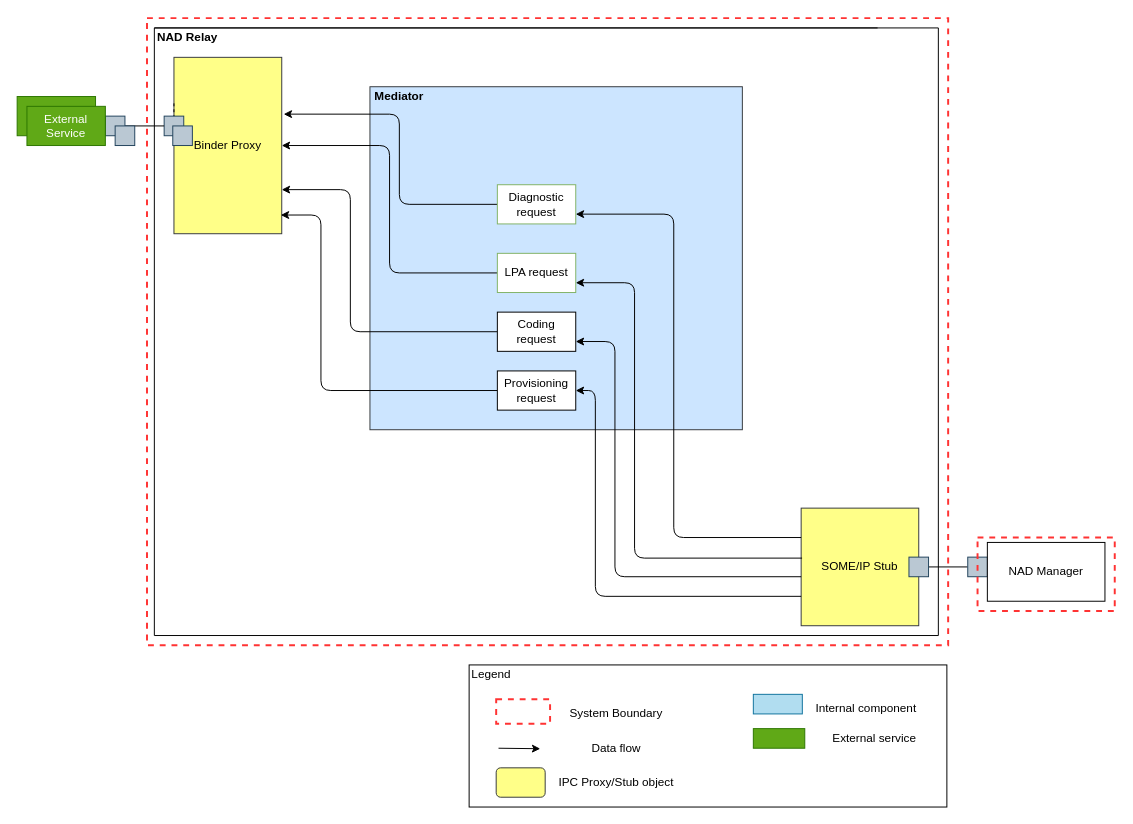
This is page "extensibilityoption2" (2 of 5) of doc/SA cert/Design/modifiability.drawio from taikt/codefun, a draw.io file, before an edit. Source tidied: cells renumbered, new cells numbered last; positions are measured from the earlier drawing's top-left corner, leaving out a move shared by most shapes. Both pictures are drawn from the tidied source at 98%, with x=0, y=0 at pixel (17, 18).
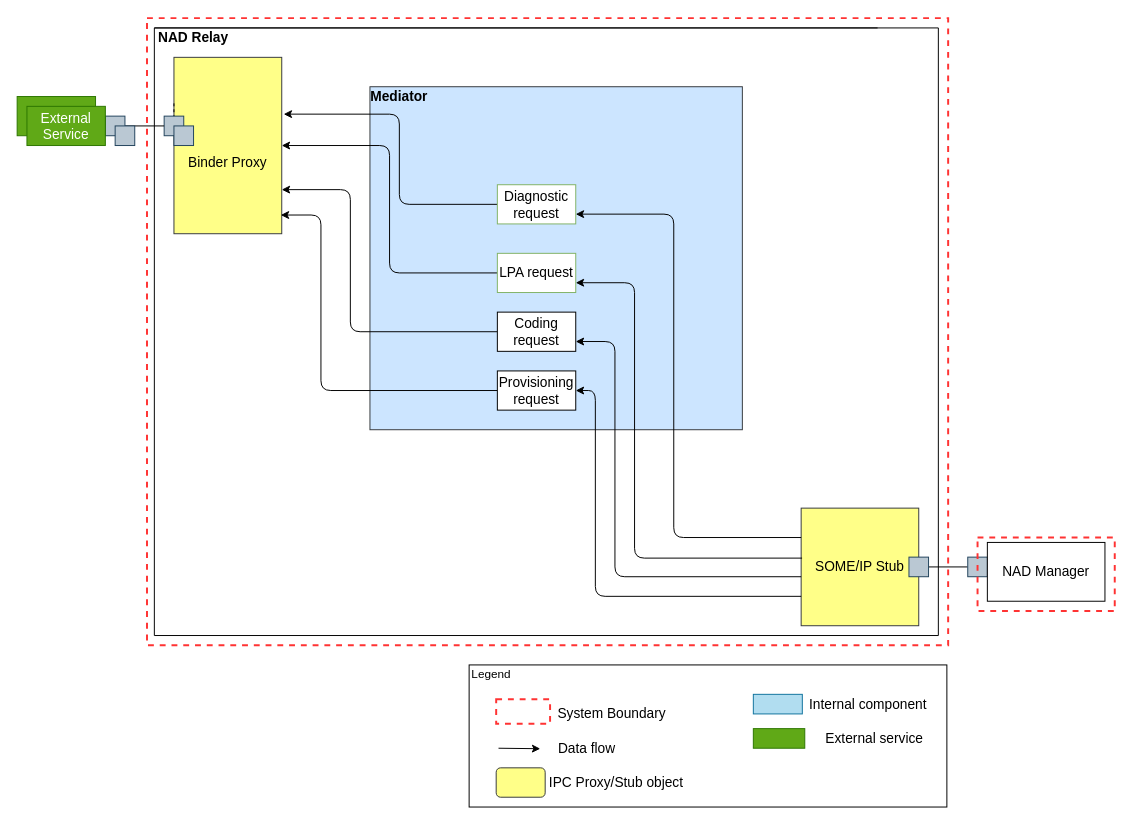
The same page after the edit.

Diff of the diagram source:
```diff
@@
-    <mxCell id="3" value="&lt;b&gt;NAD Relay&lt;/b&gt;" style="text;html=1;strokeColor=none;fillColor=none;align=center;verticalAlign=middle;whiteSpace=wrap;rounded=0;" parent="1" vertex="1">
-      <mxGeometry x="133.8" y="10" width="80" height="20" as="geometry" />
+    <mxCell id="3" value="&lt;b&gt;&lt;font style=&quot;font-size: 14px;&quot;&gt;NAD Relay&lt;/font&gt;&lt;/b&gt;" style="text;html=1;strokeColor=none;fillColor=none;align=center;verticalAlign=middle;whiteSpace=wrap;rounded=0;" parent="1" vertex="1">
+      <mxGeometry x="140" y="10" width="80" height="20" as="geometry" />
     </mxCell>
-    <mxCell id="4" value="SOME/IP Stub&lt;br&gt;" style="rounded=0;whiteSpace=wrap;html=1;fillColor=#ffff88;strokeColor=#36393d;" parent="1" vertex="1">
+    <mxCell id="4" value="&lt;font style=&quot;font-size: 14px;&quot;&gt;SOME/IP Stub&lt;/font&gt;" style="rounded=0;whiteSpace=wrap;html=1;fillColor=#ffff88;strokeColor=#36393d;" parent="1" vertex="1">
       <mxGeometry x="800" y="500" width="120" height="120" as="geometry" />
     </mxCell>
-    <mxCell id="5" value="Binder Proxy&lt;br&gt;" style="rounded=0;whiteSpace=wrap;html=1;fillColor=#ffff88;strokeColor=#36393d;" parent="1" vertex="1">
+    <mxCell id="5" value="&lt;font style=&quot;font-size: 14px;&quot;&gt;&lt;br&gt;&lt;br&gt;Binder Proxy&lt;/font&gt;" style="rounded=0;whiteSpace=wrap;html=1;fillColor=#ffff88;strokeColor=#36393d;" parent="1" vertex="1">
       <mxGeometry x="160" y="40" width="110" height="180" as="geometry" />
     </mxCell>
@@
-    <mxCell id="12" value="&lt;b&gt;Mediator&lt;/b&gt;" style="text;html=1;strokeColor=none;fillColor=none;align=center;verticalAlign=middle;whiteSpace=wrap;rounded=0;" parent="1" vertex="1">
+    <mxCell id="12" value="&lt;b&gt;&lt;font style=&quot;font-size: 14px;&quot;&gt;Mediator&lt;/font&gt;&lt;/b&gt;" style="text;html=1;strokeColor=none;fillColor=none;align=center;verticalAlign=middle;whiteSpace=wrap;rounded=0;" parent="1" vertex="1">
       <mxGeometry x="370" y="70" width="40" height="20" as="geometry" />
     </mxCell>
@@
-    <mxCell id="15" value="Provisioning&lt;br&gt;request" style="rounded=0;whiteSpace=wrap;html=1;" parent="1" vertex="1">
+    <mxCell id="15" value="&lt;font style=&quot;font-size: 14px;&quot;&gt;Provisioning&lt;br&gt;request&lt;/font&gt;" style="rounded=0;whiteSpace=wrap;html=1;" parent="1" vertex="1">
       <mxGeometry x="490" y="360" width="80" height="40" as="geometry" />
     </mxCell>
@@
-    <mxCell id="17" value="Coding request" style="rounded=0;whiteSpace=wrap;html=1;" parent="1" vertex="1">
+    <mxCell id="17" value="&lt;font style=&quot;font-size: 14px;&quot;&gt;Coding request&lt;/font&gt;" style="rounded=0;whiteSpace=wrap;html=1;" parent="1" vertex="1">
       <mxGeometry x="490" y="300" width="80" height="40" as="geometry" />
     </mxCell>
@@
-    <mxCell id="19" value="LPA request" style="rounded=0;whiteSpace=wrap;html=1;strokeColor=#82b366;fillColor=#FFFFFF;gradientColor=none;" parent="1" vertex="1">
+    <mxCell id="19" value="&lt;font style=&quot;font-size: 14px;&quot;&gt;LPA request&lt;/font&gt;" style="rounded=0;whiteSpace=wrap;html=1;strokeColor=#82b366;fillColor=#FFFFFF;gradientColor=none;" parent="1" vertex="1">
       <mxGeometry x="490" y="240" width="80" height="40" as="geometry" />
     </mxCell>
@@
-    <mxCell id="21" value="Diagnostic request" style="rounded=0;whiteSpace=wrap;html=1;strokeColor=#82b366;fillColor=#FFFFFF;gradientColor=none;" parent="1" vertex="1">
+    <mxCell id="21" value="&lt;font style=&quot;font-size: 14px;&quot;&gt;Diagnostic request&lt;/font&gt;" style="rounded=0;whiteSpace=wrap;html=1;strokeColor=#82b366;fillColor=#FFFFFF;gradientColor=none;" parent="1" vertex="1">
       <mxGeometry x="490" y="170" width="80" height="40" as="geometry" />
     </mxCell>
@@
-    <mxCell id="28" value="System Boundary" style="text;html=1;strokeColor=none;fillColor=none;align=center;verticalAlign=middle;whiteSpace=wrap;rounded=0;" parent="1" vertex="1">
-      <mxGeometry x="558.8" y="695" width="105" height="30" as="geometry" />
+    <mxCell id="28" value="&lt;font style=&quot;font-size: 14px;&quot;&gt;System Boundary&lt;/font&gt;" style="text;html=1;strokeColor=none;fillColor=none;align=center;verticalAlign=middle;whiteSpace=wrap;rounded=0;" parent="1" vertex="1">
+      <mxGeometry x="550" y="695" width="113.8" height="30" as="geometry" />
     </mxCell>
-    <mxCell id="29" value="Data flow" style="text;html=1;strokeColor=none;fillColor=none;align=center;verticalAlign=middle;whiteSpace=wrap;rounded=0;" parent="1" vertex="1">
-      <mxGeometry x="558.8" y="730" width="105" height="30" as="geometry" />
+    <mxCell id="29" value="&lt;font style=&quot;font-size: 14px;&quot;&gt;Data flow&lt;/font&gt;" style="text;html=1;strokeColor=none;fillColor=none;align=center;verticalAlign=middle;whiteSpace=wrap;rounded=0;" parent="1" vertex="1">
+      <mxGeometry x="528.8" y="730" width="105" height="30" as="geometry" />
     </mxCell>
@@
-    <mxCell id="31" value="IPC Proxy/Stub object" style="text;html=1;strokeColor=none;fillColor=none;align=center;verticalAlign=middle;whiteSpace=wrap;rounded=0;" parent="1" vertex="1">
+    <mxCell id="31" value="&lt;font style=&quot;font-size: 14px;&quot;&gt;IPC Proxy/Stub object&lt;/font&gt;" style="text;html=1;strokeColor=none;fillColor=none;align=center;verticalAlign=middle;whiteSpace=wrap;rounded=0;" parent="1" vertex="1">
       <mxGeometry x="528.8" y="765" width="165" height="30" as="geometry" />
     </mxCell>
@@
-    <mxCell id="33" value="External service" style="text;html=1;strokeColor=none;fillColor=none;align=center;verticalAlign=middle;whiteSpace=wrap;rounded=0;" parent="1" vertex="1">
+    <mxCell id="33" value="&lt;font style=&quot;font-size: 14px;&quot;&gt;External service&lt;/font&gt;" style="text;html=1;strokeColor=none;fillColor=none;align=center;verticalAlign=middle;whiteSpace=wrap;rounded=0;" parent="1" vertex="1">
       <mxGeometry x="800" y="720" width="150" height="30" as="geometry" />
     </mxCell>
-    <mxCell id="34" value="Internal component" style="text;html=1;strokeColor=none;fillColor=none;align=center;verticalAlign=middle;whiteSpace=wrap;rounded=0;" parent="1" vertex="1">
-      <mxGeometry x="813.8" y="690" width="105" height="30" as="geometry" />
+    <mxCell id="34" value="&lt;font style=&quot;font-size: 14px;&quot;&gt;Internal component&lt;/font&gt;" style="text;html=1;strokeColor=none;fillColor=none;align=center;verticalAlign=middle;whiteSpace=wrap;rounded=0;" parent="1" vertex="1">
+      <mxGeometry x="803.8" y="685" width="128.8" height="30" as="geometry" />
     </mxCell>
@@
     <mxCell id="38" style="whiteSpace=wrap;html=1;fillColor=#bac8d3;strokeColor=#23445d;" parent="1" vertex="1">
-      <mxGeometry x="158.8" y="110" width="20" height="20" as="geometry" />
+      <mxGeometry x="160" y="110" width="20" height="20" as="geometry" />
     </mxCell>
@@
-    <mxCell id="40" value="NAD Manager" style="rounded=0;whiteSpace=wrap;html=1;" parent="1" vertex="1">
+    <mxCell id="40" value="&lt;font style=&quot;font-size: 14px;&quot;&gt;NAD Manager&lt;/font&gt;" style="rounded=0;whiteSpace=wrap;html=1;" parent="1" vertex="1">
       <mxGeometry x="990" y="535" width="120" height="60" as="geometry" />
     </mxCell>
@@
-    <mxCell id="42" value="External Service" style="rounded=0;whiteSpace=wrap;html=1;fillColor=#60a917;strokeColor=#2D7600;fontColor=#ffffff;" parent="1" vertex="1">
+    <mxCell id="42" value="&lt;font style=&quot;font-size: 14px;&quot;&gt;External Service&lt;/font&gt;" style="rounded=0;whiteSpace=wrap;html=1;fillColor=#60a917;strokeColor=#2D7600;fontColor=#ffffff;" parent="1" vertex="1">
       <mxGeometry x="10" y="90" width="80" height="40" as="geometry" />
     </mxCell>
```
